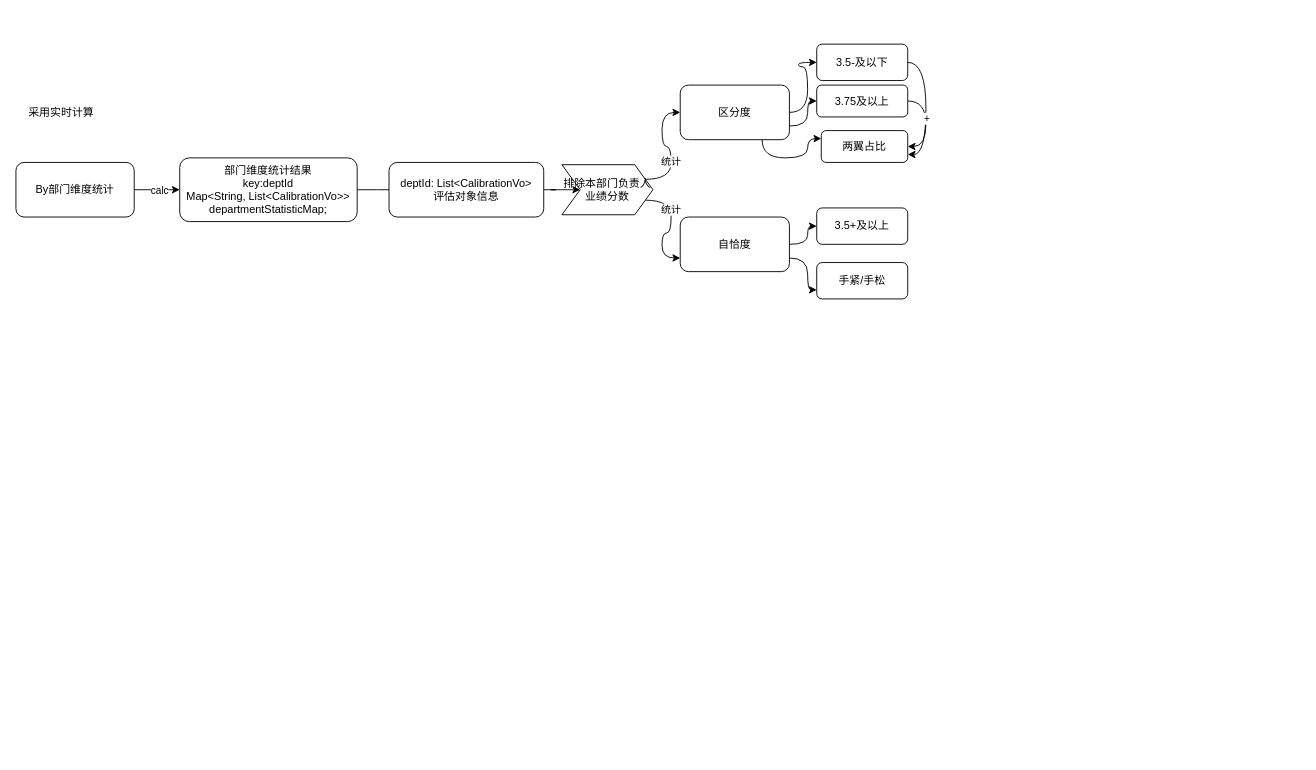
Above: page "第 8 页" (8 of 8) of Untitled Diagram.drawio in JnCaoxia/java-learn (draw.io), before the change. Source tidied: cells renumbered, new cells numbered last; positions are measured from the earlier drawing's top-left corner, leaving out a move shared by most shapes. Both pictures are drawn from the tidied source at 91%, with x=0, y=0 at pixel (15, 44).
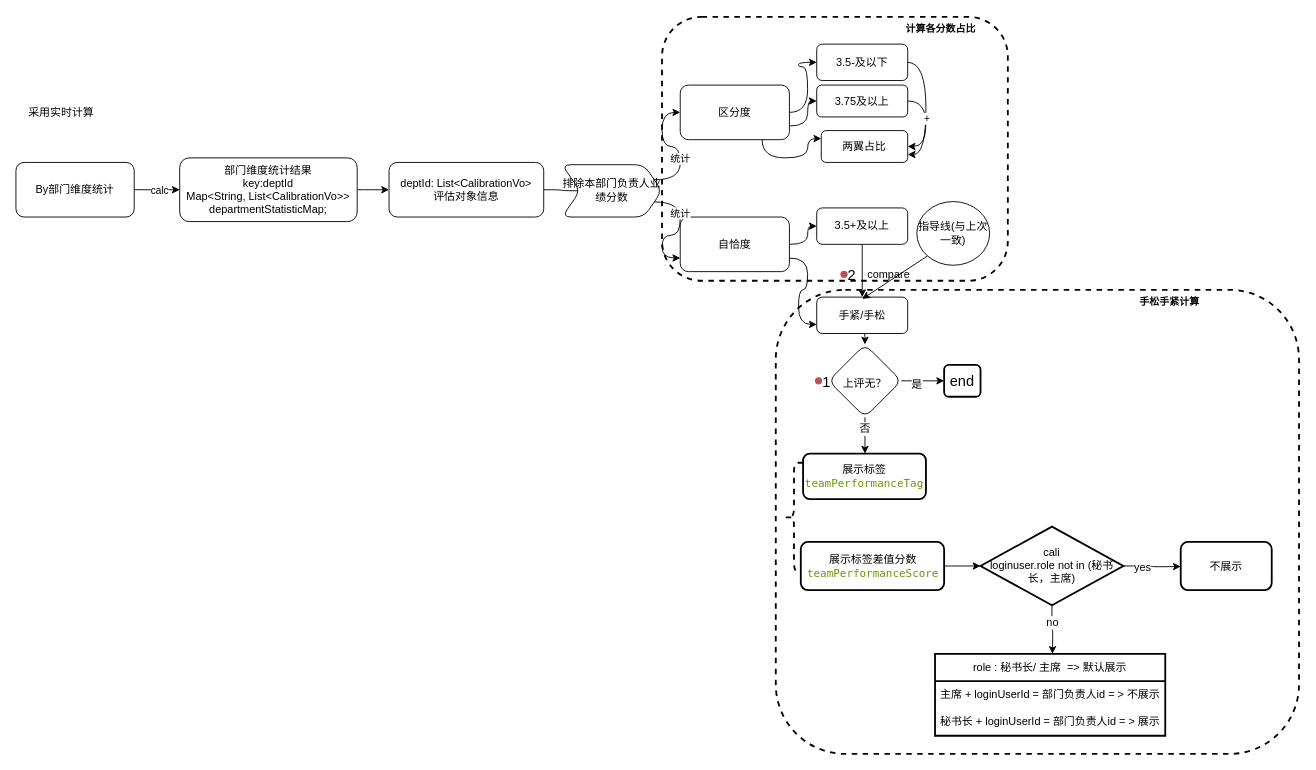
Above is the later version.

The change refers to these unchanged cells:
```xml
<mxCell id="4" value="By部门维度统计" style="rounded=1;whiteSpace=wrap;html=1;" parent="1" vertex="1">
  <mxGeometry y="130" width="130" height="60" as="geometry" />
</mxCell>
<mxCell id="6" value="部门维度统计结果&lt;br&gt;key:deptId&lt;br&gt;Map&amp;lt;String, List&amp;lt;CalibrationVo&amp;gt;&amp;gt; departmentStatisticMap;" style="whiteSpace=wrap;html=1;rounded=1;" parent="1" vertex="1">
  <mxGeometry x="180" y="125" width="195" height="70" as="geometry" />
</mxCell>
<mxCell id="8" value="deptId: List&amp;lt;CalibrationVo&amp;gt;&lt;br&gt;评估对象信息" style="rounded=1;whiteSpace=wrap;html=1;" parent="1" vertex="1">
  <mxGeometry x="410" y="130" width="170" height="60" as="geometry" />
</mxCell>
<mxCell id="13" value="区分度" style="rounded=1;whiteSpace=wrap;html=1;" parent="1" vertex="1">
  <mxGeometry x="730" y="45" width="120" height="60" as="geometry" />
</mxCell>
<mxCell id="16" value="自恰度" style="rounded=1;whiteSpace=wrap;html=1;" parent="1" vertex="1">
  <mxGeometry x="730" y="190" width="120" height="60" as="geometry" />
</mxCell>
<mxCell id="18" value="3.5-及以下" style="rounded=1;whiteSpace=wrap;html=1;" parent="1" vertex="1">
  <mxGeometry x="880" width="100" height="40" as="geometry" />
</mxCell>
<mxCell id="21" value="3.75及以上" style="rounded=1;whiteSpace=wrap;html=1;" parent="1" vertex="1">
  <mxGeometry x="880" y="45" width="100" height="35" as="geometry" />
</mxCell>
<mxCell id="22" value="两翼占比" style="rounded=1;whiteSpace=wrap;html=1;" parent="1" vertex="1">
  <mxGeometry x="885" y="95" width="95" height="35" as="geometry" />
</mxCell>
<mxCell id="23" value="3.5+及以上" style="rounded=1;whiteSpace=wrap;html=1;" parent="1" vertex="1">
  <mxGeometry x="880" y="180" width="100" height="40" as="geometry" />
</mxCell>
```

What changed in the source:
```diff
@@
+    <mxCell id="30" style="rounded=1;whiteSpace=wrap;strokeWidth=2;fontSize=12;dashed=1;textOpacity=0;" parent="1" vertex="1">
+      <mxGeometry x="710" y="-30" width="380" height="290" as="geometry" />
+    </mxCell>
+    <mxCell id="31" style="rounded=1;whiteSpace=wrap;html=1;strokeWidth=2;fontSize=12;dashed=1;textOpacity=0;" parent="1" vertex="1">
+      <mxGeometry x="835" y="270" width="575" height="510" as="geometry" />
+    </mxCell>
-    <mxCell id="2" style="edgeStyle=orthogonalEdgeStyle;rounded=0;jettySize=auto;html=1;" parent="1" edge="1" source="4" target="6">
+    <mxCell id="2" style="edgeStyle=orthogonalEdgeStyle;rounded=1;jettySize=auto;html=1;" parent="1" edge="1" source="4" target="6">
       <mxGeometry relative="1" as="geometry" />
     </mxCell>
-    <mxCell id="3" value="calc" style="edgeLabel;html=1;align=center;verticalAlign=middle;" parent="2" vertex="1">
+    <mxCell id="3" value="calc" style="edgeLabel;html=1;align=center;verticalAlign=middle;rounded=1;" parent="2" vertex="1">
       <mxGeometry x="-0.25" y="-2" relative="1" as="geometry">
         <mxPoint x="8" y="-2" as="offset" />
       </mxGeometry>
     </mxCell>
@@
-    <mxCell id="5" style="edgeStyle=orthogonalEdgeStyle;rounded=0;jettySize=auto;html=1;exitX=1;exitY=0.5;exitDx=0;exitDy=0;" parent="1" edge="1" source="6">
-      <mxGeometry relative="1" as="geometry">
-        <mxPoint x="420" y="160" as="targetPoint" />
-      </mxGeometry>
-    </mxCell>
+    <mxCell id="32" style="edgeStyle=orthogonalEdgeStyle;curved=1;rounded=1;jettySize=auto;html=1;exitX=1;exitY=0.5;exitDx=0;exitDy=0;entryX=0;entryY=0.5;entryDx=0;entryDy=0;" parent="1" edge="1" source="6" target="8">
+      <mxGeometry relative="1" as="geometry" />
+    </mxCell>
@@
-    <mxCell id="7" style="edgeStyle=orthogonalEdgeStyle;curved=1;rounded=0;jettySize=auto;html=1;exitX=1;exitY=0.5;exitDx=0;exitDy=0;" parent="1" edge="1" source="8" target="29">
+    <mxCell id="7" style="edgeStyle=orthogonalEdgeStyle;curved=1;rounded=1;jettySize=auto;html=1;exitX=1;exitY=0.5;exitDx=0;exitDy=0;" parent="1" edge="1" source="8" target="29">
       <mxGeometry relative="1" as="geometry" />
     </mxCell>
@@
-    <mxCell id="9" value="采用实时计算" style="text;html=1;strokeColor=none;fillColor=none;align=center;verticalAlign=middle;whiteSpace=wrap;rounded=0;" parent="1" vertex="1">
+    <mxCell id="9" value="采用实时计算" style="text;html=1;strokeColor=none;fillColor=none;align=center;verticalAlign=middle;whiteSpace=wrap;rounded=1;" parent="1" vertex="1">
       <mxGeometry y="60" width="100" height="30" as="geometry" />
     </mxCell>
-    <mxCell id="10" style="edgeStyle=orthogonalEdgeStyle;curved=1;rounded=0;jettySize=auto;html=1;exitX=1;exitY=0.5;exitDx=0;exitDy=0;entryX=0;entryY=0.5;entryDx=0;entryDy=0;" parent="1" edge="1" source="13" target="18">
+    <mxCell id="10" style="edgeStyle=orthogonalEdgeStyle;curved=1;rounded=1;jettySize=auto;html=1;exitX=1;exitY=0.5;exitDx=0;exitDy=0;entryX=0;entryY=0.5;entryDx=0;entryDy=0;" parent="1" edge="1" source="13" target="18">
       <mxGeometry relative="1" as="geometry" />
     </mxCell>
-    <mxCell id="11" style="edgeStyle=orthogonalEdgeStyle;curved=1;rounded=0;jettySize=auto;html=1;exitX=1;exitY=0.75;exitDx=0;exitDy=0;entryX=0;entryY=0.5;entryDx=0;entryDy=0;" parent="1" edge="1" source="13" target="21">
+    <mxCell id="11" style="edgeStyle=orthogonalEdgeStyle;curved=1;rounded=1;jettySize=auto;html=1;exitX=1;exitY=0.75;exitDx=0;exitDy=0;entryX=0;entryY=0.5;entryDx=0;entryDy=0;" parent="1" edge="1" source="13" target="21">
       <mxGeometry relative="1" as="geometry" />
     </mxCell>
-    <mxCell id="12" style="edgeStyle=orthogonalEdgeStyle;curved=1;rounded=0;jettySize=auto;html=1;exitX=0.75;exitY=1;exitDx=0;exitDy=0;entryX=0;entryY=0.25;entryDx=0;entryDy=0;" parent="1" edge="1" source="13" target="22">
+    <mxCell id="12" style="edgeStyle=orthogonalEdgeStyle;curved=1;rounded=1;jettySize=auto;html=1;exitX=0.75;exitY=1;exitDx=0;exitDy=0;entryX=0;entryY=0.25;entryDx=0;entryDy=0;" parent="1" edge="1" source="13" target="22">
       <mxGeometry relative="1" as="geometry" />
     </mxCell>
@@
-    <mxCell id="14" style="edgeStyle=orthogonalEdgeStyle;curved=1;rounded=0;jettySize=auto;html=1;exitX=1;exitY=0.5;exitDx=0;exitDy=0;" parent="1" edge="1" source="16" target="23">
+    <mxCell id="14" style="edgeStyle=orthogonalEdgeStyle;curved=1;rounded=1;jettySize=auto;html=1;exitX=1;exitY=0.5;exitDx=0;exitDy=0;" parent="1" edge="1" source="16" target="23">
       <mxGeometry relative="1" as="geometry" />
     </mxCell>
-    <mxCell id="15" style="edgeStyle=orthogonalEdgeStyle;curved=1;rounded=0;jettySize=auto;html=1;exitX=1;exitY=0.75;exitDx=0;exitDy=0;entryX=0;entryY=0.75;entryDx=0;entryDy=0;" parent="1" edge="1" source="16" target="24">
+    <mxCell id="15" style="edgeStyle=orthogonalEdgeStyle;curved=1;rounded=1;jettySize=auto;html=1;exitX=1;exitY=0.75;exitDx=0;exitDy=0;entryX=0;entryY=0.75;entryDx=0;entryDy=0;" parent="1" edge="1" source="16" target="24">
       <mxGeometry relative="1" as="geometry" />
     </mxCell>
@@
-    <mxCell id="17" style="edgeStyle=orthogonalEdgeStyle;curved=1;rounded=0;jettySize=auto;html=1;exitX=1;exitY=0.5;exitDx=0;exitDy=0;entryX=1;entryY=0.75;entryDx=0;entryDy=0;" parent="1" edge="1" source="18" target="22">
+    <mxCell id="17" style="edgeStyle=orthogonalEdgeStyle;curved=1;rounded=1;jettySize=auto;html=1;exitX=1;exitY=0.5;exitDx=0;exitDy=0;entryX=1;entryY=0.75;entryDx=0;entryDy=0;" parent="1" edge="1" source="18" target="22">
       <mxGeometry relative="1" as="geometry" />
     </mxCell>
@@
-    <mxCell id="19" style="edgeStyle=orthogonalEdgeStyle;curved=1;rounded=0;jettySize=auto;html=1;exitX=1;exitY=0.5;exitDx=0;exitDy=0;entryX=1;entryY=0.5;entryDx=0;entryDy=0;" parent="1" edge="1" source="21" target="22">
+    <mxCell id="19" style="edgeStyle=orthogonalEdgeStyle;curved=1;rounded=1;jettySize=auto;html=1;exitX=1;exitY=0.5;exitDx=0;exitDy=0;entryX=1;entryY=0.5;entryDx=0;entryDy=0;" parent="1" edge="1" source="21" target="22">
       <mxGeometry relative="1" as="geometry" />
     </mxCell>
-    <mxCell id="20" value="+" style="edgeLabel;html=1;align=center;verticalAlign=middle;" parent="19" vertex="1">
+    <mxCell id="20" value="+" style="edgeLabel;html=1;align=center;verticalAlign=middle;rounded=1;" parent="19" vertex="1">
       <mxGeometry x="-0.14" relative="1" as="geometry" />
     </mxCell>
@@
+    <mxCell id="33" style="edgeStyle=none;rounded=1;jettySize=auto;html=1;exitX=0.5;exitY=1;exitDx=0;exitDy=0;" parent="1" edge="1" source="23" target="24">
+      <mxGeometry relative="1" as="geometry" />
+    </mxCell>
@@
+    <mxCell id="34" style="edgeStyle=orthogonalEdgeStyle;rounded=1;hachureGap=4;jettySize=auto;html=1;exitX=0.5;exitY=1;exitDx=0;exitDy=0;entryX=0.5;entryY=0;entryDx=0;entryDy=0;fontFamily=Architects Daughter;fontSize=16;" parent="1" edge="1" source="24" target="42">
+      <mxGeometry relative="1" as="geometry" />
+    </mxCell>
     <mxCell id="24" value="手紧/手松" style="rounded=1;whiteSpace=wrap;html=1;" parent="1" vertex="1">
-      <mxGeometry x="880" y="240" width="100" height="40" as="geometry" />
+      <mxGeometry x="880" y="278" width="100" height="40" as="geometry" />
     </mxCell>
-    <mxCell id="25" style="edgeStyle=orthogonalEdgeStyle;curved=1;rounded=0;jettySize=auto;html=1;exitX=1;exitY=0.25;exitDx=0;exitDy=0;entryX=0;entryY=0.5;entryDx=0;entryDy=0;" parent="1" edge="1" source="29" target="13">
+    <mxCell id="25" style="edgeStyle=orthogonalEdgeStyle;curved=1;rounded=1;jettySize=auto;html=1;exitX=1;exitY=0.25;exitDx=0;exitDy=0;entryX=0;entryY=0.5;entryDx=0;entryDy=0;" parent="1" edge="1" source="29" target="13">
       <mxGeometry relative="1" as="geometry" />
     </mxCell>
-    <mxCell id="26" value="统计" style="edgeLabel;html=1;align=center;verticalAlign=middle;" parent="25" vertex="1">
+    <mxCell id="26" value="统计" style="edgeLabel;html=1;align=center;verticalAlign=middle;rounded=1;" parent="25" vertex="1">
       <mxGeometry x="-0.27" y="1" relative="1" as="geometry" />
     </mxCell>
-    <mxCell id="27" style="edgeStyle=orthogonalEdgeStyle;curved=1;rounded=0;jettySize=auto;html=1;exitX=1;exitY=0.75;exitDx=0;exitDy=0;entryX=0;entryY=0.75;entryDx=0;entryDy=0;" parent="1" edge="1" source="29" target="16">
+    <mxCell id="27" style="edgeStyle=orthogonalEdgeStyle;curved=1;rounded=1;jettySize=auto;html=1;exitX=1;exitY=0.75;exitDx=0;exitDy=0;entryX=0;entryY=0.75;entryDx=0;entryDy=0;" parent="1" edge="1" source="29" target="16">
       <mxGeometry relative="1" as="geometry" />
     </mxCell>
-    <mxCell id="28" value="统计" style="edgeLabel;html=1;align=center;verticalAlign=middle;" parent="27" vertex="1">
+    <mxCell id="28" value="统计" style="edgeLabel;html=1;align=center;verticalAlign=middle;rounded=1;" parent="27" vertex="1">
       <mxGeometry x="-0.37" y="-1" relative="1" as="geometry" />
     </mxCell>
-    <mxCell id="29" value="排除本部门负责人业绩分数" style="shape=step;perimeter=stepPerimeter;whiteSpace=wrap;html=1;fixedSize=1;" parent="1" vertex="1">
-      <mxGeometry x="600" y="132.5" width="100" height="55" as="geometry" />
+    <mxCell id="29" value="排除本部门负责人业绩分数" style="shape=step;perimeter=stepPerimeter;whiteSpace=wrap;html=1;fixedSize=1;rounded=1;" parent="1" vertex="1">
+      <mxGeometry x="600" y="132.5" width="110" height="57.5" as="geometry" />
     </mxCell>
+    <mxCell id="35" style="edgeStyle=none;rounded=1;jettySize=auto;html=1;exitX=0;exitY=1;exitDx=0;exitDy=0;" parent="1" edge="1" source="36">
+      <mxGeometry relative="1" as="geometry">
+        <mxPoint x="930" y="280" as="targetPoint" />
+      </mxGeometry>
+    </mxCell>
+    <mxCell id="36" value="指导线(与上次一致)" style="ellipse;whiteSpace=wrap;html=1;rounded=1;" parent="1" vertex="1">
+      <mxGeometry x="990" y="173" width="80" height="70" as="geometry" />
+    </mxCell>
+    <mxCell id="37" value="compare" style="text;strokeColor=none;fillColor=none;align=left;verticalAlign=middle;spacingLeft=4;spacingRight=4;overflow=hidden;whiteSpace=wrap;html=1;rounded=1;" parent="1" vertex="1">
+      <mxGeometry x="930" y="238" width="80" height="30" as="geometry" />
+    </mxCell>
+    <mxCell id="38" style="edgeStyle=orthogonalEdgeStyle;rounded=0;jettySize=auto;html=1;exitX=1;exitY=0.5;exitDx=0;exitDy=0;fontSize=16;" parent="1" edge="1" source="42">
+      <mxGeometry relative="1" as="geometry">
+        <mxPoint x="1020" y="370" as="targetPoint" />
+      </mxGeometry>
+    </mxCell>
+    <mxCell id="39" value="&lt;font style=&quot;font-size: 12px;&quot;&gt;是&lt;/font&gt;" style="edgeLabel;html=1;align=center;verticalAlign=middle;fontSize=16;" parent="38" vertex="1">
+      <mxGeometry x="-0.32" relative="1" as="geometry">
+        <mxPoint y="1" as="offset" />
+      </mxGeometry>
+    </mxCell>
+    <mxCell id="40" style="edgeStyle=orthogonalEdgeStyle;rounded=0;jettySize=auto;html=1;exitX=0.5;exitY=1;exitDx=0;exitDy=0;fontSize=12;" parent="1" edge="1" source="42">
+      <mxGeometry relative="1" as="geometry">
+        <mxPoint x="933" y="450" as="targetPoint" />
+      </mxGeometry>
+    </mxCell>
+    <mxCell id="41" value="否" style="edgeLabel;html=1;align=center;verticalAlign=middle;fontSize=12;" parent="40" vertex="1">
+      <mxGeometry x="-0.42" y="-1" relative="1" as="geometry" />
+    </mxCell>
+    <mxCell id="42" value="&lt;font style=&quot;font-size: 12px;&quot;&gt;上评无？&lt;/font&gt;" style="rhombus;whiteSpace=wrap;html=1;rounded=1;hachureGap=4;fontFamily=Architects Daughter;fontSize=20;" parent="1" vertex="1">
+      <mxGeometry x="893" y="330" width="80" height="80" as="geometry" />
+    </mxCell>
+    <mxCell id="43" value="    2" style="shape=waypoint;sketch=0;fillStyle=solid;size=6;fillColor=#f8cecc;perimeter=centerPerimeter;strokeColor=#b85450;strokeWidth=2;fontSize=16;" parent="1" vertex="1">
+      <mxGeometry x="900" y="243" width="20" height="20" as="geometry" />
+    </mxCell>
+    <mxCell id="44" value="    1" style="shape=waypoint;sketch=0;fillStyle=solid;size=6;fillColor=#f8cecc;perimeter=centerPerimeter;strokeColor=#b85450;strokeWidth=2;fontSize=16;" parent="1" vertex="1">
+      <mxGeometry x="872" y="360" width="20" height="20" as="geometry" />
+    </mxCell>
+    <mxCell id="45" value="end" style="rounded=1;whiteSpace=wrap;html=1;strokeWidth=2;fontSize=16;" parent="1" vertex="1">
+      <mxGeometry x="1020" y="352.5" width="40" height="35" as="geometry" />
+    </mxCell>
+    <mxCell id="46" value="展示标签&lt;span style=&quot;color: rgb(102, 153, 0); font-family: Monaco, Monaco, &amp;quot;Courier New&amp;quot;, monospace, system-ui, -apple-system, BlinkMacSystemFont, &amp;quot;Segoe UI&amp;quot;, Roboto, &amp;quot;Helvetica Neue&amp;quot;, Helvetica, sans-serif, &amp;quot;Apple Color Emoji&amp;quot;, &amp;quot;Segoe UI Emoji&amp;quot;, &amp;quot;Segoe UI Symbol&amp;quot;, &amp;quot;Noto Color emoji&amp;quot;, &amp;quot;Helvetica Neue&amp;quot;, Helvetica, &amp;quot;PingFang SC&amp;quot;, &amp;quot;Microsoft YaHei&amp;quot;, &amp;quot;Source Han Sans SC&amp;quot;, &amp;quot;Noto Sans CJK SC&amp;quot;, &amp;quot;WenQuanYi Micro Hei&amp;quot;, sans-serif; letter-spacing: 0pt; text-align: start; background-color: initial;&quot;&gt;&lt;font style=&quot;font-size: 12px;&quot;&gt;teamPerformanceTag&lt;/font&gt;&lt;/span&gt;&lt;div style=&quot;font-size: medium; text-align: start;&quot;&gt;&lt;/div&gt;" style="rounded=1;whiteSpace=wrap;html=1;strokeWidth=2;fontSize=12;" parent="1" vertex="1">
+      <mxGeometry x="865" y="450" width="135" height="50" as="geometry" />
+    </mxCell>
+    <mxCell id="47" value="&lt;h1 style=&quot;font-size: 11px;&quot;&gt;手松手紧计算&lt;/h1&gt;" style="text;html=1;strokeColor=none;fillColor=none;spacing=5;spacingTop=-20;whiteSpace=wrap;overflow=hidden;rounded=0;dashed=1;strokeWidth=2;fontSize=11;" parent="1" vertex="1">
+      <mxGeometry x="1230" y="280" width="160" height="37" as="geometry" />
+    </mxCell>
+    <mxCell id="48" value="&lt;h1 style=&quot;font-size: 11px;&quot;&gt;计算各分数占比&lt;/h1&gt;" style="text;html=1;strokeColor=none;fillColor=none;spacing=5;spacingTop=-20;whiteSpace=wrap;overflow=hidden;rounded=0;dashed=1;strokeWidth=2;fontSize=11;" parent="1" vertex="1">
+      <mxGeometry x="973" y="-20" width="150" height="27" as="geometry" />
+    </mxCell>
+    <mxCell id="49" style="shape=curlyBracket;whiteSpace=wrap;html=1;rounded=1;labelPosition=left;verticalLabelPosition=middle;align=right;verticalAlign=middle;dashed=1;strokeWidth=2;fontSize=11;" parent="1" vertex="1">
+      <mxGeometry x="845" y="460" width="20" height="120" as="geometry" />
+    </mxCell>
+    <mxCell id="50" style="edgeStyle=orthogonalEdgeStyle;curved=1;rounded=0;jettySize=auto;html=1;exitX=1;exitY=0.5;exitDx=0;exitDy=0;entryX=0;entryY=0.5;entryDx=0;entryDy=0;fontSize=12;" parent="1" edge="1" source="51" target="56">
+      <mxGeometry relative="1" as="geometry" />
+    </mxCell>
+    <mxCell id="51" value="展示标签差值分数&lt;span style=&quot;color: rgb(102, 153, 0); font-family: Monaco, Monaco, &amp;quot;Courier New&amp;quot;, monospace, system-ui, -apple-system, BlinkMacSystemFont, &amp;quot;Segoe UI&amp;quot;, Roboto, &amp;quot;Helvetica Neue&amp;quot;, Helvetica, sans-serif, &amp;quot;Apple Color Emoji&amp;quot;, &amp;quot;Segoe UI Emoji&amp;quot;, &amp;quot;Segoe UI Symbol&amp;quot;, &amp;quot;Noto Color emoji&amp;quot;, &amp;quot;Helvetica Neue&amp;quot;, Helvetica, &amp;quot;PingFang SC&amp;quot;, &amp;quot;Microsoft YaHei&amp;quot;, &amp;quot;Source Han Sans SC&amp;quot;, &amp;quot;Noto Sans CJK SC&amp;quot;, &amp;quot;WenQuanYi Micro Hei&amp;quot;, sans-serif; letter-spacing: 0pt; text-align: start; background-color: initial;&quot;&gt;&lt;font style=&quot;font-size: 12px;&quot;&gt;teamPerformanceScore&lt;/font&gt;&lt;/span&gt;&lt;div style=&quot;font-size: medium; text-align: start;&quot;&gt;&lt;/div&gt;&lt;div style=&quot;font-size: medium; text-align: start;&quot;&gt;&lt;/div&gt;" style="rounded=1;whiteSpace=wrap;html=1;strokeWidth=2;fontSize=12;" parent="1" vertex="1">
+      <mxGeometry x="862.5" y="547" width="157.5" height="53" as="geometry" />
+    </mxCell>
+    <mxCell id="52" style="edgeStyle=orthogonalEdgeStyle;curved=1;rounded=0;jettySize=auto;html=1;exitX=1;exitY=0.5;exitDx=0;exitDy=0;fontSize=12;" parent="1" edge="1" source="56">
+      <mxGeometry relative="1" as="geometry">
+        <mxPoint x="1280" y="574" as="targetPoint" />
+      </mxGeometry>
+    </mxCell>
+    <mxCell id="53" value="yes" style="edgeLabel;html=1;align=center;verticalAlign=middle;fontSize=12;" parent="52" vertex="1">
+      <mxGeometry x="-0.34" y="-1" relative="1" as="geometry" />
+    </mxCell>
+    <mxCell id="54" style="edgeStyle=orthogonalEdgeStyle;curved=1;rounded=0;jettySize=auto;html=1;exitX=0.5;exitY=1;exitDx=0;exitDy=0;fontSize=12;" parent="1" edge="1" source="56">
+      <mxGeometry relative="1" as="geometry">
+        <mxPoint x="1139" y="670" as="targetPoint" />
+      </mxGeometry>
+    </mxCell>
+    <mxCell id="55" value="no" style="edgeLabel;html=1;align=center;verticalAlign=middle;fontSize=12;" parent="54" vertex="1">
+      <mxGeometry x="-0.3" relative="1" as="geometry" />
+    </mxCell>
+    <mxCell id="56" value="cali&lt;br&gt;loginuser.role not in (秘书长，主席)" style="rhombus;whiteSpace=wrap;html=1;strokeWidth=2;fontSize=12;" parent="1" vertex="1">
+      <mxGeometry x="1060" y="530.2" width="157" height="86.5" as="geometry" />
+    </mxCell>
+    <mxCell id="57" value="不展示" style="rounded=1;whiteSpace=wrap;html=1;strokeWidth=2;fontSize=12;" parent="1" vertex="1">
+      <mxGeometry x="1280" y="547" width="100" height="53" as="geometry" />
+    </mxCell>
+    <mxCell id="58" value="role : 秘书长/ 主席&amp;nbsp; =&amp;gt; 默认展示" style="swimlane;fontStyle=0;horizontal=1;startSize=30;whiteSpace=wrap;html=1;strokeWidth=2;fontSize=12;" parent="1" vertex="1">
+      <mxGeometry x="1010" y="670" width="253" height="90" as="geometry" />
+    </mxCell>
+    <mxCell id="59" value="主席 + loginUserId = 部门负责人id = &amp;gt; 不展示" style="text;strokeColor=none;fillColor=none;align=left;verticalAlign=middle;spacingLeft=4;spacingRight=4;overflow=hidden;whiteSpace=wrap;html=1;strokeWidth=2;fontSize=12;" parent="58" vertex="1">
+      <mxGeometry y="30" width="253" height="30" as="geometry" />
+    </mxCell>
+    <mxCell id="60" value="秘书长 + loginUserId = 部门负责人id = &amp;gt; 展示" style="text;strokeColor=none;fillColor=none;align=left;verticalAlign=middle;spacingLeft=4;spacingRight=4;overflow=hidden;whiteSpace=wrap;html=1;strokeWidth=2;fontSize=12;" parent="58" vertex="1">
+      <mxGeometry y="60" width="253" height="30" as="geometry" />
+    </mxCell>
```
